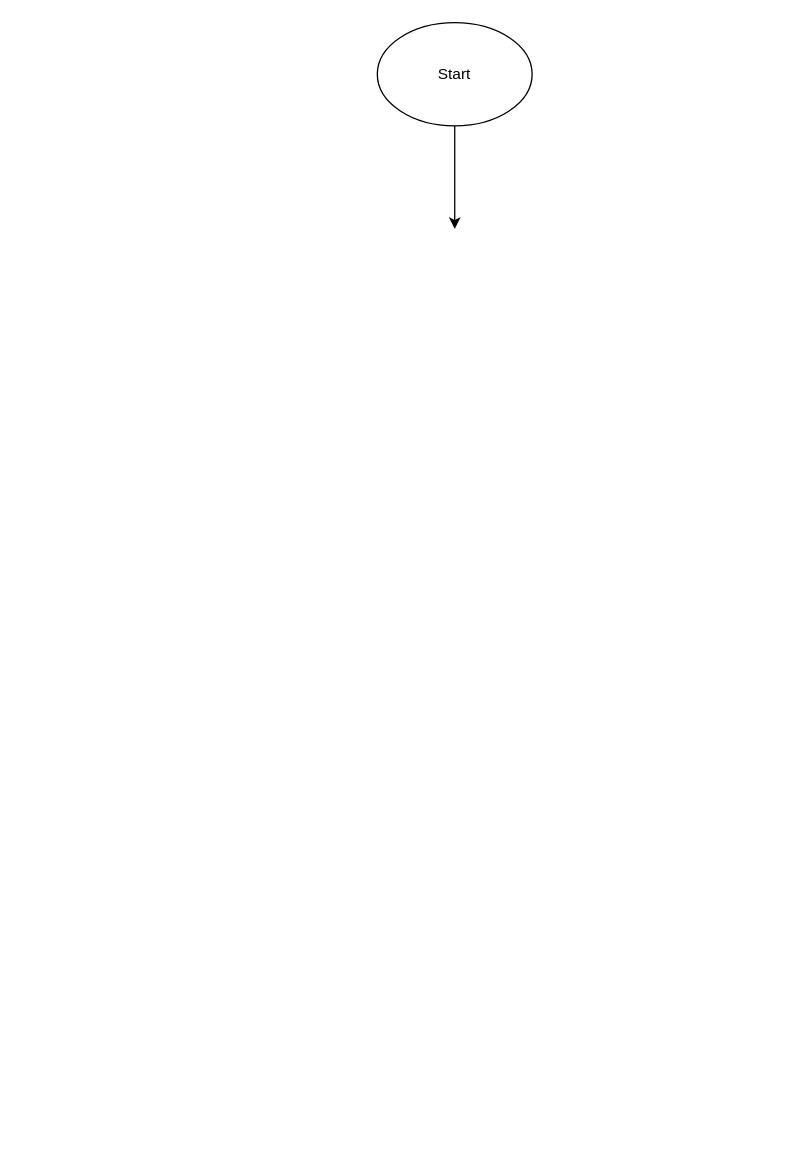
This is block-scheme,.drawio from Gozeppe/auditing_work, a draw.io file, before an edit. Source tidied: cells renumbered, new cells numbered last; positions are measured from the earlier drawing's top-left corner, leaving out a move shared by most shapes. Both pictures are drawn from the tidied source at 129%, with x=0, y=0 at pixel (377, 22).
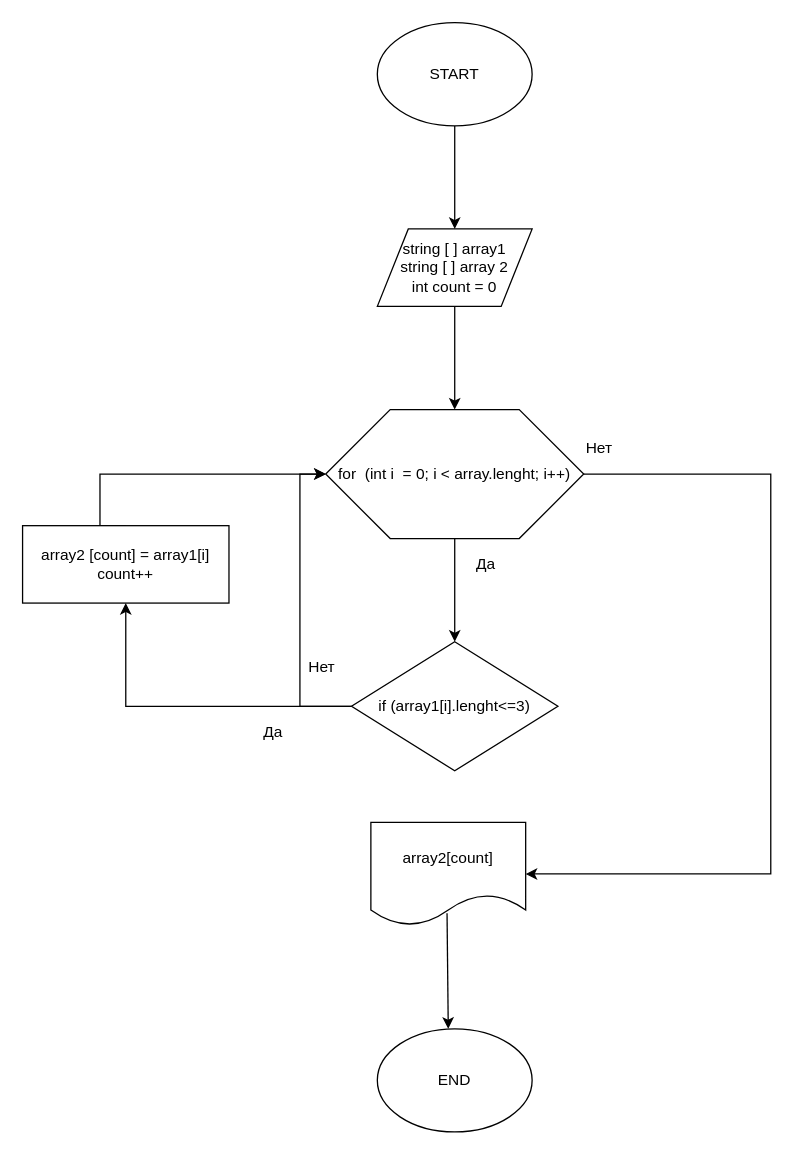
Above is the later version.

The edit, as a diff of the source:
```diff
@@
-    <mxCell id="3" value="Start" style="ellipse;whiteSpace=wrap;html=1;" parent="1" vertex="1">
+    <mxCell id="3" value="START" style="ellipse;whiteSpace=wrap;html=1;" parent="1" vertex="1">
       <mxGeometry width="120" height="80" as="geometry" />
     </mxCell>
+    <mxCell id="4" style="edgeStyle=orthogonalEdgeStyle;rounded=0;jettySize=auto;html=1;" parent="1" edge="1" source="5">
+      <mxGeometry relative="1" as="geometry">
+        <mxPoint x="60" y="300" as="targetPoint" />
+      </mxGeometry>
+    </mxCell>
+    <mxCell id="5" value="string [ ] array1&lt;br&gt;string [ ] array 2&lt;br&gt;int count = 0" style="shape=parallelogram;perimeter=parallelogramPerimeter;whiteSpace=wrap;html=1;" parent="1" vertex="1">
+      <mxGeometry y="160" width="120" height="60" as="geometry" />
+    </mxCell>
+    <mxCell id="6" style="edgeStyle=orthogonalEdgeStyle;rounded=0;jettySize=auto;html=1;" parent="1" edge="1" source="8">
+      <mxGeometry relative="1" as="geometry">
+        <mxPoint x="60" y="480" as="targetPoint" />
+      </mxGeometry>
+    </mxCell>
+    <mxCell id="7" style="edgeStyle=orthogonalEdgeStyle;rounded=0;jettySize=auto;html=1;entryX=1;entryY=0.5;entryDx=0;entryDy=0;" parent="1" edge="1" source="8" target="15">
+      <mxGeometry relative="1" as="geometry">
+        <Array as="points">
+          <mxPoint x="305" y="350" />
+          <mxPoint x="305" y="660" />
+        </Array>
+      </mxGeometry>
+    </mxCell>
+    <mxCell id="8" value="for&amp;nbsp; (int i&amp;nbsp; = 0; i &amp;lt; array.lenght; i++)" style="shape=hexagon;perimeter=hexagonPerimeter2;whiteSpace=wrap;html=1;" parent="1" vertex="1">
+      <mxGeometry x="-40" y="300" width="200" height="100" as="geometry" />
+    </mxCell>
+    <mxCell id="9" style="edgeStyle=orthogonalEdgeStyle;rounded=0;jettySize=auto;html=1;entryX=0;entryY=0.5;entryDx=0;entryDy=0;" parent="1" edge="1" source="11" target="8">
+      <mxGeometry relative="1" as="geometry">
+        <Array as="points">
+          <mxPoint x="-60" y="530" />
+          <mxPoint x="-60" y="350" />
+        </Array>
+      </mxGeometry>
+    </mxCell>
+    <mxCell id="10" style="edgeStyle=orthogonalEdgeStyle;rounded=0;jettySize=auto;html=1;exitX=0;exitY=0.5;exitDx=0;exitDy=0;entryX=0.5;entryY=1;entryDx=0;entryDy=0;" parent="1" edge="1" source="11" target="13">
+      <mxGeometry relative="1" as="geometry" />
+    </mxCell>
+    <mxCell id="11" value="if (array1[i].lenght&amp;lt;=3)" style="rhombus;whiteSpace=wrap;html=1;" parent="1" vertex="1">
+      <mxGeometry x="-20" y="480" width="160" height="100" as="geometry" />
+    </mxCell>
+    <mxCell id="12" style="edgeStyle=orthogonalEdgeStyle;rounded=0;jettySize=auto;html=1;entryX=0;entryY=0.5;entryDx=0;entryDy=0;exitX=0.5;exitY=0;exitDx=0;exitDy=0;" parent="1" edge="1" source="13" target="8">
+      <mxGeometry relative="1" as="geometry">
+        <Array as="points">
+          <mxPoint x="-215" y="390" />
+          <mxPoint x="-215" y="350" />
+        </Array>
+      </mxGeometry>
+    </mxCell>
+    <mxCell id="13" value="array2 [count] = array1[i]&lt;br&gt;count++" style="rounded=0;whiteSpace=wrap;html=1;" parent="1" vertex="1">
+      <mxGeometry x="-275" y="390" width="160" height="60" as="geometry" />
+    </mxCell>
+    <mxCell id="14" style="edgeStyle=orthogonalEdgeStyle;rounded=0;jettySize=auto;html=1;exitX=0.492;exitY=0.88;exitDx=0;exitDy=0;exitPerimeter=0;" parent="1" edge="1" source="15">
+      <mxGeometry relative="1" as="geometry">
+        <mxPoint x="55" y="780" as="targetPoint" />
+        <Array as="points">
+          <mxPoint x="55" y="690" />
+        </Array>
+      </mxGeometry>
+    </mxCell>
+    <mxCell id="15" value="array2[count]" style="shape=document;whiteSpace=wrap;html=1;boundedLbl=1;" parent="1" vertex="1">
+      <mxGeometry x="-5" y="620" width="120" height="80" as="geometry" />
+    </mxCell>
+    <mxCell id="16" value="END" style="ellipse;whiteSpace=wrap;html=1;" parent="1" vertex="1">
+      <mxGeometry y="780" width="120" height="80" as="geometry" />
+    </mxCell>
+    <mxCell id="17" value="Да" style="text;html=1;align=left;verticalAlign=top;spacingTop=-4;" parent="1" vertex="1">
+      <mxGeometry x="75" y="410" width="30" height="20" as="geometry" />
+    </mxCell>
+    <mxCell id="18" value="Нет" style="text;html=1;align=left;verticalAlign=top;spacingTop=-4;" parent="1" vertex="1">
+      <mxGeometry x="-55" y="490" width="40" height="20" as="geometry" />
+    </mxCell>
+    <mxCell id="19" value="Да" style="text;html=1;align=left;verticalAlign=top;spacingTop=-4;" parent="1" vertex="1">
+      <mxGeometry x="-90" y="540" width="30" height="20" as="geometry" />
+    </mxCell>
+    <mxCell id="20" value="Нет" style="text;html=1;align=left;verticalAlign=top;spacingTop=-4;" parent="1" vertex="1">
+      <mxGeometry x="160" y="320" width="40" height="20" as="geometry" />
+    </mxCell>
```
